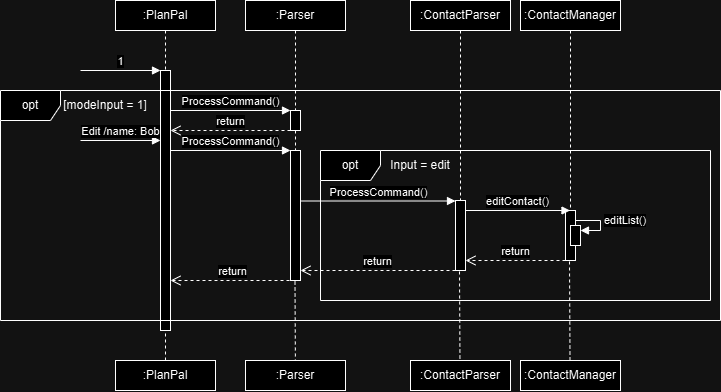
Above: docs/Images/EditContact.drawio.png in parasytezz/tp (draw.io), before the change. Source tidied: cells renumbered, new cells last; positions are measured from the earlier drawing's top-left corner, leaving out a move shared by most shapes.
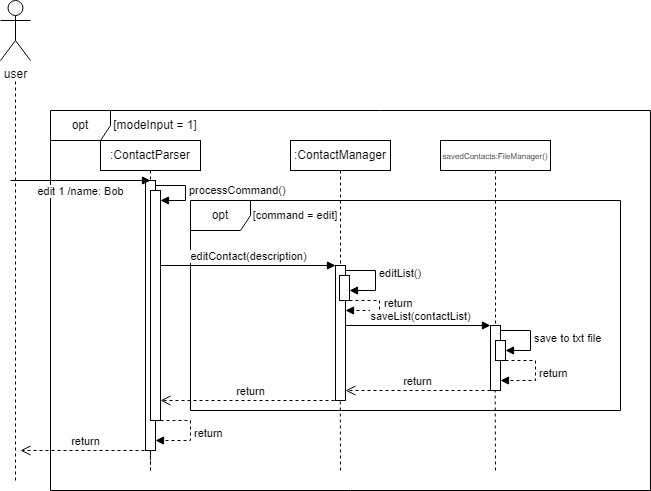
Above is the later version.

Commit message:
Edit diagram for editContact fucntion and add explanation

The edit, as a diff of the source:
```diff
@@ -1,147 +1,166 @@
-<mxGraphModel>
+<mxGraphModel background="#ffffff">
   <root>
     <mxCell id="0" />
     <mxCell id="1" parent="0" />
-    <mxCell id="2" value=":PlanPal" style="shape=umlLifeline;perimeter=lifelinePerimeter;whiteSpace=wrap;html=1;newEdgeStyle={&quot;curved&quot;:0,&quot;rounded&quot;:0};size=30;" parent="1" vertex="1">
-      <mxGeometry x="115" width="100" height="70" as="geometry" />
-    </mxCell>
-    <mxCell id="3" style="html=1;points=[[0,0,0,0,5],[0,1,0,0,-5],[1,0,0,0,5],[1,1,0,0,-5]];perimeter=orthogonalPerimeter;outlineConnect=0;targetShapes=umlLifeline;portConstraint=eastwest;newEdgeStyle={&quot;curved&quot;:0,&quot;rounded&quot;:0};" parent="1" vertex="1">
-      <mxGeometry x="160" y="70" width="10" height="260" as="geometry" />
-    </mxCell>
-    <mxCell id="4" value="1" style="html=1;verticalAlign=bottom;endArrow=block;curved=0;rounded=0;" parent="1" edge="1">
-      <mxGeometry relative="1" as="geometry">
-        <mxPoint x="80" y="70" as="sourcePoint" />
-        <mxPoint x="160" y="70" as="targetPoint" />
-      </mxGeometry>
-    </mxCell>
+    <mxCell id="24" value="editList()" style="html=1;align=left;spacingLeft=2;endArrow=block;rounded=0;edgeStyle=orthogonalEdgeStyle;curved=0;rounded=0;" parent="1" edge="1" target="46">
+      <mxGeometry relative="1" as="geometry">
+        <mxPoint x="415" y="260" as="sourcePoint" />
+        <Array as="points">
+          <mxPoint x="415" y="250" />
+          <mxPoint x="445" y="250" />
+          <mxPoint x="445" y="270" />
+        </Array>
+      </mxGeometry>
+    </mxCell>
+    <mxCell id="36" style="endArrow=none;dashed=1;html=1;rounded=0;" parent="1" edge="1" target="38">
+      <mxGeometry relative="1" as="geometry">
+        <mxPoint x="565" y="450" as="sourcePoint" />
+      </mxGeometry>
+    </mxCell>
+    <mxCell id="37" style="endArrow=none;dashed=1;html=1;rounded=0;" parent="1" edge="1">
+      <mxGeometry relative="1" as="geometry">
+        <mxPoint x="220" y="345" as="sourcePoint" />
+        <mxPoint x="220" y="450" as="targetPoint" />
+      </mxGeometry>
+    </mxCell>
+    <mxCell id="30" style="endArrow=none;dashed=1;html=1;rounded=0;" parent="1" edge="1">
+      <mxGeometry relative="1" as="geometry">
+        <mxPoint x="220" y="450" as="sourcePoint" />
+        <mxPoint x="219.5" y="245" as="targetPoint" />
+      </mxGeometry>
+    </mxCell>
+    <mxCell id="38" value="&lt;font style=&quot;font-size: 8px;&quot;&gt;savedContacts:FileManager()&lt;/font&gt;" style="shape=umlLifeline;perimeter=lifelinePerimeter;whiteSpace=wrap;html=1;outlineConnect=0;portConstraint=eastwest;newEdgeStyle={&quot;curved&quot;:0,&quot;rounded&quot;:0};size=30;" parent="1" vertex="1">
+      <mxGeometry x="510" y="120" width="110" height="210" as="geometry" />
+    </mxCell>
+    <mxCell id="39" style="html=1;points=[[0,0,0,0,5],[0,1,0,0,-5],[1,0,0,0,5],[1,1,0,0,-5]];perimeter=orthogonalPerimeter;outlineConnect=0;targetShapes=umlLifeline;portConstraint=eastwest;newEdgeStyle={&quot;curved&quot;:0,&quot;rounded&quot;:0};" parent="1" vertex="1">
+      <mxGeometry x="560" y="305" width="10" height="65" as="geometry" />
+    </mxCell>
+    <mxCell id="31" style="endArrow=none;dashed=1;html=1;rounded=0;exitX=0.5;exitY=0;exitDx=0;exitDy=0;" parent="1" edge="1">
+      <mxGeometry relative="1" as="geometry">
+        <mxPoint x="410" y="450" as="sourcePoint" />
+        <mxPoint x="409.5" y="270" as="targetPoint" />
+      </mxGeometry>
+    </mxCell>
     <mxCell id="5" value="opt" style="shape=umlFrame;whiteSpace=wrap;html=1;" parent="1" vertex="1">
-      <mxGeometry y="90" width="720" height="230" as="geometry" />
+      <mxGeometry x="120" y="90" width="600" height="380" as="geometry" />
     </mxCell>
-    <mxCell id="6" value=":Parser" style="shape=umlLifeline;perimeter=lifelinePerimeter;whiteSpace=wrap;html=1;newEdgeStyle={&quot;curved&quot;:0,&quot;rounded&quot;:0};size=30;" parent="1" vertex="1">
-      <mxGeometry x="245" width="100" height="110" as="geometry" />
-    </mxCell>
-    <mxCell id="7" style="html=1;points=[[0,0,0,0,5],[0,1,0,0,-5],[1,0,0,0,5],[1,1,0,0,-5]];perimeter=orthogonalPerimeter;outlineConnect=0;targetShapes=umlLifeline;portConstraint=eastwest;newEdgeStyle={&quot;curved&quot;:0,&quot;rounded&quot;:0};" parent="1" vertex="1">
-      <mxGeometry x="290" y="110" width="10" height="20" as="geometry" />
-    </mxCell>
     <mxCell id="8" value="[modeInput = 1]" style="text;html=1;align=center;verticalAlign=middle;whiteSpace=wrap;rounded=0;" parent="1" vertex="1">
-      <mxGeometry x="60" y="90" width="90" height="30" as="geometry" />
+      <mxGeometry x="180" y="90" width="90" height="30" as="geometry" />
     </mxCell>
-    <mxCell id="9" value="ProcessCommand()" style="html=1;verticalAlign=bottom;endArrow=block;curved=0;rounded=0;" parent="1" edge="1" target="7">
-      <mxGeometry relative="1" as="geometry">
-        <mxPoint x="170" y="110" as="sourcePoint" />
-      </mxGeometry>
-    </mxCell>
-    <mxCell id="10" value="return" style="html=1;verticalAlign=bottom;endArrow=open;dashed=1;endSize=8;curved=0;rounded=0;" parent="1" edge="1" target="3">
-      <mxGeometry relative="1" as="geometry">
-        <mxPoint x="290" y="130" as="sourcePoint" />
-      </mxGeometry>
-    </mxCell>
-    <mxCell id="11" style="endArrow=none;dashed=1;html=1;rounded=0;" parent="1" edge="1" source="7" target="12">
-      <mxGeometry relative="1" as="geometry" />
-    </mxCell>
-    <mxCell id="12" style="html=1;points=[[0,0,0,0,5],[0,1,0,0,-5],[1,0,0,0,5],[1,1,0,0,-5]];perimeter=orthogonalPerimeter;outlineConnect=0;targetShapes=umlLifeline;portConstraint=eastwest;newEdgeStyle={&quot;curved&quot;:0,&quot;rounded&quot;:0};" parent="1" vertex="1">
-      <mxGeometry x="290" y="150" width="10" height="130" as="geometry" />
-    </mxCell>
-    <mxCell id="13" value="Edit /name: Bob" style="html=1;verticalAlign=bottom;endArrow=block;curved=0;rounded=0;" parent="1" edge="1">
-      <mxGeometry relative="1" as="geometry">
-        <mxPoint x="80" y="140" as="sourcePoint" />
-        <mxPoint x="160" y="140" as="targetPoint" />
-      </mxGeometry>
-    </mxCell>
-    <mxCell id="14" value="ProcessCommand()" style="html=1;verticalAlign=bottom;endArrow=block;curved=0;rounded=0;" parent="1" edge="1" source="3">
-      <mxGeometry relative="1" as="geometry">
-        <mxPoint x="290" y="150" as="targetPoint" />
-      </mxGeometry>
-    </mxCell>
     <mxCell id="15" value=":ContactParser" style="shape=umlLifeline;perimeter=lifelinePerimeter;whiteSpace=wrap;html=1;newEdgeStyle={&quot;curved&quot;:0,&quot;rounded&quot;:0};size=30;" parent="1" vertex="1">
-      <mxGeometry x="410" width="100" height="200" as="geometry" />
+      <mxGeometry x="170" y="120" width="100" height="320" as="geometry" />
     </mxCell>
-    <mxCell id="16" style="html=1;points=[[0,0,0,0,5],[0,1,0,0,-5],[1,0,0,0,5],[1,1,0,0,-5]];perimeter=orthogonalPerimeter;outlineConnect=0;targetShapes=umlLifeline;portConstraint=eastwest;newEdgeStyle={&quot;curved&quot;:0,&quot;rounded&quot;:0};" parent="1" vertex="1">
-      <mxGeometry x="455" y="200" width="10" height="70" as="geometry" />
+    <mxCell id="16" style="html=1;points=[[0,0,0,0,5],[0,1,0,0,-5],[1,0,0,0,5],[1,1,0,0,-5]];perimeter=orthogonalPerimeter;outlineConnect=0;targetShapes=umlLifeline;portConstraint=eastwest;newEdgeStyle={&quot;curved&quot;:0,&quot;rounded&quot;:0};" parent="15" vertex="1">
+      <mxGeometry x="45" y="40" width="10" height="270" as="geometry" />
     </mxCell>
-    <mxCell id="17" value="opt" style="shape=umlFrame;whiteSpace=wrap;html=1;" parent="1" vertex="1">
-      <mxGeometry x="320" y="150" width="390" height="150" as="geometry" />
-    </mxCell>
-    <mxCell id="18" value="Input = edit" style="text;html=1;align=center;verticalAlign=middle;whiteSpace=wrap;rounded=0;" parent="1" vertex="1">
-      <mxGeometry x="380" y="150" width="80" height="30" as="geometry" />
-    </mxCell>
-    <mxCell id="19" value="ProcessCommand()" style="html=1;verticalAlign=bottom;endArrow=block;curved=0;rounded=0;" parent="1" edge="1" source="12">
-      <mxGeometry relative="1" as="geometry">
-        <mxPoint x="455" y="200.5" as="targetPoint" />
-      </mxGeometry>
-    </mxCell>
+    <mxCell id="40" style="html=1;points=[[0,0,0,0,5],[0,1,0,0,-5],[1,0,0,0,5],[1,1,0,0,-5]];perimeter=orthogonalPerimeter;outlineConnect=0;targetShapes=umlLifeline;portConstraint=eastwest;newEdgeStyle={&quot;curved&quot;:0,&quot;rounded&quot;:0};" parent="15" vertex="1">
+      <mxGeometry x="50" y="50" width="10" height="230" as="geometry" />
+    </mxCell>
+    <mxCell id="41" value="processCommand()" style="html=1;align=left;spacingLeft=2;endArrow=block;rounded=0;edgeStyle=orthogonalEdgeStyle;curved=0;rounded=0;" parent="15" edge="1" target="40">
+      <mxGeometry relative="1" as="geometry">
+        <mxPoint x="55" y="45" as="sourcePoint" />
+        <Array as="points">
+          <mxPoint x="85" y="45" />
+          <mxPoint x="85" y="60" />
+          <mxPoint x="55" y="60" />
+        </Array>
+      </mxGeometry>
+    </mxCell>
     <mxCell id="20" value=":ContactManager" style="shape=umlLifeline;perimeter=lifelinePerimeter;whiteSpace=wrap;html=1;outlineConnect=0;portConstraint=eastwest;newEdgeStyle={&quot;curved&quot;:0,&quot;rounded&quot;:0};size=30;" parent="1" vertex="1">
-      <mxGeometry x="520" width="100" height="210" as="geometry" />
+      <mxGeometry x="360" y="120" width="100" height="210" as="geometry" />
     </mxCell>
     <mxCell id="21" style="html=1;points=[[0,0,0,0,5],[0,1,0,0,-5],[1,0,0,0,5],[1,1,0,0,-5]];perimeter=orthogonalPerimeter;outlineConnect=0;targetShapes=umlLifeline;portConstraint=eastwest;newEdgeStyle={&quot;curved&quot;:0,&quot;rounded&quot;:0};" parent="1" vertex="1">
-      <mxGeometry x="565" y="210" width="10" height="50" as="geometry" />
+      <mxGeometry x="405" y="245" width="10" height="135" as="geometry" />
     </mxCell>
-    <mxCell id="22" value="editContact()" style="html=1;verticalAlign=bottom;endArrow=block;curved=0;rounded=0;" parent="1" edge="1" source="16" target="20">
-      <mxGeometry relative="1" as="geometry" />
-    </mxCell>
-    <mxCell id="23" style="html=1;points=[[0,0,0,0,5],[0,1,0,0,-5],[1,0,0,0,5],[1,1,0,0,-5]];perimeter=orthogonalPerimeter;outlineConnect=0;targetShapes=umlLifeline;portConstraint=eastwest;newEdgeStyle={&quot;curved&quot;:0,&quot;rounded&quot;:0};" parent="1" vertex="1">
-      <mxGeometry x="570" y="225" width="10" height="20" as="geometry" />
-    </mxCell>
-    <mxCell id="24" value="editList()" style="html=1;align=left;spacingLeft=2;endArrow=block;rounded=0;edgeStyle=orthogonalEdgeStyle;curved=0;rounded=0;exitX=1;exitY=0;exitDx=0;exitDy=5;exitPerimeter=0;" parent="1" edge="1" source="21" target="23">
-      <mxGeometry relative="1" as="geometry">
-        <Array as="points">
-          <mxPoint x="575" y="220" />
-          <mxPoint x="600" y="220" />
-          <mxPoint x="600" y="230" />
-        </Array>
-      </mxGeometry>
-    </mxCell>
-    <mxCell id="25" value="return" style="html=1;verticalAlign=bottom;endArrow=open;dashed=1;endSize=8;curved=0;rounded=0;" parent="1" edge="1" target="16">
-      <mxGeometry relative="1" as="geometry">
-        <mxPoint x="565" y="260" as="sourcePoint" />
-      </mxGeometry>
-    </mxCell>
-    <mxCell id="26" value="return" style="html=1;verticalAlign=bottom;endArrow=open;dashed=1;endSize=8;curved=0;rounded=0;" parent="1" edge="1">
-      <mxGeometry relative="1" as="geometry">
-        <mxPoint x="455" y="270" as="sourcePoint" />
-        <mxPoint x="300" y="270" as="targetPoint" />
-      </mxGeometry>
-    </mxCell>
-    <mxCell id="27" value="return" style="html=1;verticalAlign=bottom;endArrow=open;dashed=1;endSize=8;curved=0;rounded=0;" parent="1" edge="1" target="3">
-      <mxGeometry relative="1" as="geometry">
-        <mxPoint x="295" y="280" as="sourcePoint" />
-      </mxGeometry>
-    </mxCell>
-    <mxCell id="28" style="endArrow=none;dashed=1;html=1;rounded=0;" parent="1" edge="1">
-      <mxGeometry relative="1" as="geometry">
-        <mxPoint x="165" y="390" as="sourcePoint" />
-        <mxPoint x="165" y="330" as="targetPoint" />
-      </mxGeometry>
-    </mxCell>
-    <mxCell id="29" style="endArrow=none;dashed=1;html=1;rounded=0;" parent="1" edge="1">
-      <mxGeometry relative="1" as="geometry">
-        <mxPoint x="295" y="380" as="sourcePoint" />
-        <mxPoint x="294.5" y="280" as="targetPoint" />
-      </mxGeometry>
-    </mxCell>
-    <mxCell id="30" style="endArrow=none;dashed=1;html=1;rounded=0;" parent="1" edge="1">
-      <mxGeometry relative="1" as="geometry">
-        <mxPoint x="459.5" y="370" as="sourcePoint" />
-        <mxPoint x="459" y="270" as="targetPoint" />
-      </mxGeometry>
-    </mxCell>
-    <mxCell id="31" style="endArrow=none;dashed=1;html=1;rounded=0;" parent="1" edge="1">
-      <mxGeometry relative="1" as="geometry">
-        <mxPoint x="569.5" y="360" as="sourcePoint" />
-        <mxPoint x="569" y="260" as="targetPoint" />
-      </mxGeometry>
-    </mxCell>
-    <mxCell id="32" value=":ContactManager" style="html=1;whiteSpace=wrap;" parent="1" vertex="1">
-      <mxGeometry x="520" y="360" width="100" height="30" as="geometry" />
-    </mxCell>
-    <mxCell id="33" value=":ContactParser" style="html=1;whiteSpace=wrap;" parent="1" vertex="1">
-      <mxGeometry x="410" y="360" width="100" height="30" as="geometry" />
-    </mxCell>
-    <mxCell id="34" value=":Parser" style="html=1;whiteSpace=wrap;" parent="1" vertex="1">
-      <mxGeometry x="245" y="360" width="100" height="30" as="geometry" />
-    </mxCell>
-    <mxCell id="35" value=":PlanPal" style="html=1;whiteSpace=wrap;" parent="1" vertex="1">
-      <mxGeometry x="115" y="360" width="100" height="30" as="geometry" />
-    </mxCell>
+    <mxCell id="42" value="user&lt;br&gt;" style="shape=umlActor;verticalLabelPosition=bottom;verticalAlign=top;html=1;" parent="1" vertex="1">
+      <mxGeometry x="70" y="-20" width="30" height="60" as="geometry" />
+    </mxCell>
+    <mxCell id="43" style="endArrow=none;dashed=1;html=1;rounded=0;exitX=0.5;exitY=0;exitDx=0;exitDy=0;exitPerimeter=0;" parent="1" edge="1">
+      <mxGeometry relative="1" as="geometry">
+        <mxPoint x="85" y="460" as="sourcePoint" />
+        <mxPoint x="85" y="60" as="targetPoint" />
+      </mxGeometry>
+    </mxCell>
+    <mxCell id="17" value="opt" style="shape=umlFrame;whiteSpace=wrap;html=1;" parent="1" vertex="1">
+      <mxGeometry x="260" y="180" width="430" height="210" as="geometry" />
+    </mxCell>
+    <mxCell id="44" value="editContact(description)" style="html=1;verticalAlign=bottom;endArrow=block;curved=0;rounded=0;" parent="1" edge="1" source="40">
+      <mxGeometry relative="1" as="geometry">
+        <mxPoint x="405" y="245" as="targetPoint" />
+      </mxGeometry>
+    </mxCell>
+    <mxCell id="45" value="&lt;font style=&quot;font-size: 11px;&quot;&gt;[command = edit]&lt;/font&gt;" style="text;html=1;strokeColor=none;fillColor=none;align=center;verticalAlign=middle;whiteSpace=wrap;rounded=0;" parent="1" vertex="1">
+      <mxGeometry x="315" y="180" width="100" height="30" as="geometry" />
+    </mxCell>
+    <mxCell id="46" style="html=1;points=[[0,0,0,0,5],[0,1,0,0,-5],[1,0,0,0,5],[1,1,0,0,-5]];perimeter=orthogonalPerimeter;outlineConnect=0;targetShapes=umlLifeline;portConstraint=eastwest;newEdgeStyle={&quot;curved&quot;:0,&quot;rounded&quot;:0};" parent="1" vertex="1">
+      <mxGeometry x="409" y="255" width="10" height="25" as="geometry" />
+    </mxCell>
+    <mxCell id="47" value="return&lt;br&gt;" style="html=1;align=left;spacingLeft=2;endArrow=block;rounded=0;edgeStyle=orthogonalEdgeStyle;curved=0;rounded=0;dashed=1;" parent="1" edge="1" target="21">
+      <mxGeometry x="-0.12" y="1" relative="1" as="geometry">
+        <mxPoint x="419" y="280" as="sourcePoint" />
+        <Array as="points">
+          <mxPoint x="449" y="280" />
+          <mxPoint x="449" y="290" />
+        </Array>
+      </mxGeometry>
+    </mxCell>
+    <mxCell id="48" value="saveList(contactList)" style="html=1;verticalAlign=bottom;endArrow=block;curved=0;rounded=0;" parent="1" edge="1" target="39">
+      <mxGeometry x="0.03" relative="1" as="geometry">
+        <mxPoint x="415" y="305" as="sourcePoint" />
+      </mxGeometry>
+    </mxCell>
+    <mxCell id="49" style="html=1;points=[[0,0,0,0,5],[0,1,0,0,-5],[1,0,0,0,5],[1,1,0,0,-5]];perimeter=orthogonalPerimeter;outlineConnect=0;targetShapes=umlLifeline;portConstraint=eastwest;newEdgeStyle={&quot;curved&quot;:0,&quot;rounded&quot;:0};" parent="1" vertex="1">
+      <mxGeometry x="565" y="320" width="10" height="20" as="geometry" />
+    </mxCell>
+    <mxCell id="50" value="save to txt file" style="html=1;align=left;spacingLeft=2;endArrow=block;rounded=0;edgeStyle=orthogonalEdgeStyle;curved=0;rounded=0;" parent="1" edge="1" target="49">
+      <mxGeometry relative="1" as="geometry">
+        <mxPoint x="570" y="310" as="sourcePoint" />
+        <Array as="points">
+          <mxPoint x="570" y="310" />
+          <mxPoint x="600" y="310" />
+          <mxPoint x="600" y="330" />
+        </Array>
+      </mxGeometry>
+    </mxCell>
+    <mxCell id="51" value="return&lt;br&gt;" style="html=1;align=left;spacingLeft=2;endArrow=block;rounded=0;edgeStyle=orthogonalEdgeStyle;curved=0;rounded=0;dashed=1;" parent="1" edge="1" target="39">
+      <mxGeometry relative="1" as="geometry">
+        <mxPoint x="575" y="340" as="sourcePoint" />
+        <Array as="points">
+          <mxPoint x="605" y="340" />
+          <mxPoint x="605" y="360" />
+        </Array>
+      </mxGeometry>
+    </mxCell>
+    <mxCell id="52" value="return" style="html=1;verticalAlign=bottom;endArrow=open;dashed=1;endSize=8;curved=0;rounded=0;" parent="1" edge="1" target="21">
+      <mxGeometry relative="1" as="geometry">
+        <mxPoint x="560" y="370" as="sourcePoint" />
+      </mxGeometry>
+    </mxCell>
+    <mxCell id="53" value="return" style="html=1;verticalAlign=bottom;endArrow=open;dashed=1;endSize=8;curved=0;rounded=0;" parent="1" edge="1" target="40">
+      <mxGeometry relative="1" as="geometry">
+        <mxPoint x="410" y="380" as="sourcePoint" />
+      </mxGeometry>
+    </mxCell>
+    <mxCell id="54" value="return" style="html=1;align=left;spacingLeft=2;endArrow=block;rounded=0;edgeStyle=orthogonalEdgeStyle;curved=0;rounded=0;dashed=1;" parent="1" edge="1" target="16">
+      <mxGeometry relative="1" as="geometry">
+        <mxPoint x="230" y="400" as="sourcePoint" />
+        <Array as="points">
+          <mxPoint x="260" y="400" />
+          <mxPoint x="260" y="420" />
+        </Array>
+      </mxGeometry>
+    </mxCell>
+    <mxCell id="55" value="return" style="html=1;verticalAlign=bottom;endArrow=open;dashed=1;endSize=8;curved=0;rounded=0;" parent="1" edge="1">
+      <mxGeometry relative="1" as="geometry">
+        <mxPoint x="220" y="430" as="sourcePoint" />
+        <mxPoint x="90" y="430" as="targetPoint" />
+      </mxGeometry>
+    </mxCell>
+    <mxCell id="56" value="edit 1 /name: Bob" style="html=1;verticalAlign=bottom;endArrow=block;curved=0;rounded=0;" parent="1" edge="1">
+      <mxGeometry y="-20" relative="1" as="geometry">
+        <mxPoint x="80" y="160" as="sourcePoint" />
+        <mxPoint x="220" y="160" as="targetPoint" />
+      </mxGeometry>
+    </mxCell>
   </root>
 </mxGraphModel>
```
